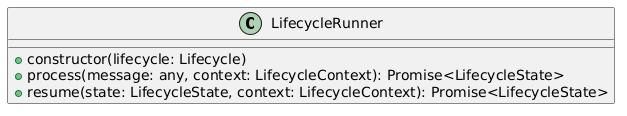
This is docs/modules/ROOT/images/lifecycle-runner-class-diagram.png from Swiss-Digital-Assets-Institute/public-did-sdk-js, a PlantUML export, as it was before one commit.
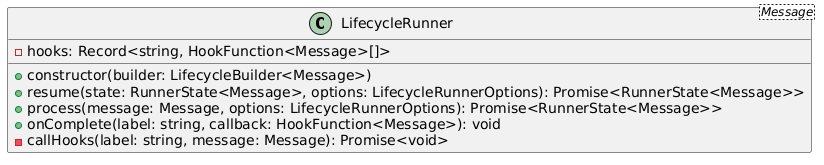
Later version of the same file.

What changed in the source:
```diff
@@ -1,7 +1,10 @@
 @startuml
-class LifecycleRunner {
-  + constructor(lifecycle: Lifecycle)
-  + process(message: any, context: LifecycleContext): Promise<LifecycleState>
-  + resume(state: LifecycleState, context: LifecycleContext): Promise<LifecycleState>
-}
+class LifecycleRunner<Message> {
+        -hooks: Record<string, HookFunction<Message>[]>
+        +constructor(builder: LifecycleBuilder<Message>)
+        +resume(state: RunnerState<Message>, options: LifecycleRunnerOptions): Promise<RunnerState<Message>>
+        +process(message: Message, options: LifecycleRunnerOptions): Promise<RunnerState<Message>>
+        +onComplete(label: string, callback: HookFunction<Message>): void
+        -callHooks(label: string, message: Message): Promise<void>
+    }
 @enduml
```
